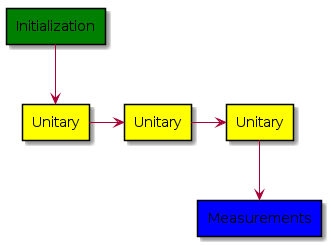
The PlantUML diagram qmlcourseRU/_static/qcblock/qubit/diagram.png in quantum-ods/qmlcourse, before a commit. Source of this version:
```plantuml
@startuml
rectangle "Initialization" as init #Green
rectangle "Unitary" as unit1 #Yellow
rectangle "Unitary" as unit2 #Yellow
rectangle "Unitary" as unit3 #Yellow
rectangle "Measurements" as measure #Blue

init --> unit1
unit1 -> unit2
unit2 -> unit3
unit3 --> measure
@enduml
```
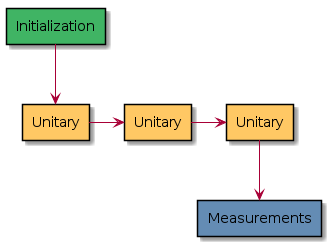
The same diagram one commit later.

The edit, as a diff of the source:
```diff
@@ -1,9 +1,9 @@
 @startuml
-rectangle "Initialization" as init #Green
-rectangle "Unitary" as unit1 #Yellow
-rectangle "Unitary" as unit2 #Yellow
-rectangle "Unitary" as unit3 #Yellow
-rectangle "Measurements" as measure #Blue
+rectangle "Initialization" as init #40B464
+rectangle "Unitary" as unit1 #FFC864
+rectangle "Unitary" as unit2 #FFC864
+rectangle "Unitary" as unit3 #FFC864
+rectangle "Measurements" as measure #648CB4
 
 init --> unit1
 unit1 -> unit2
```
